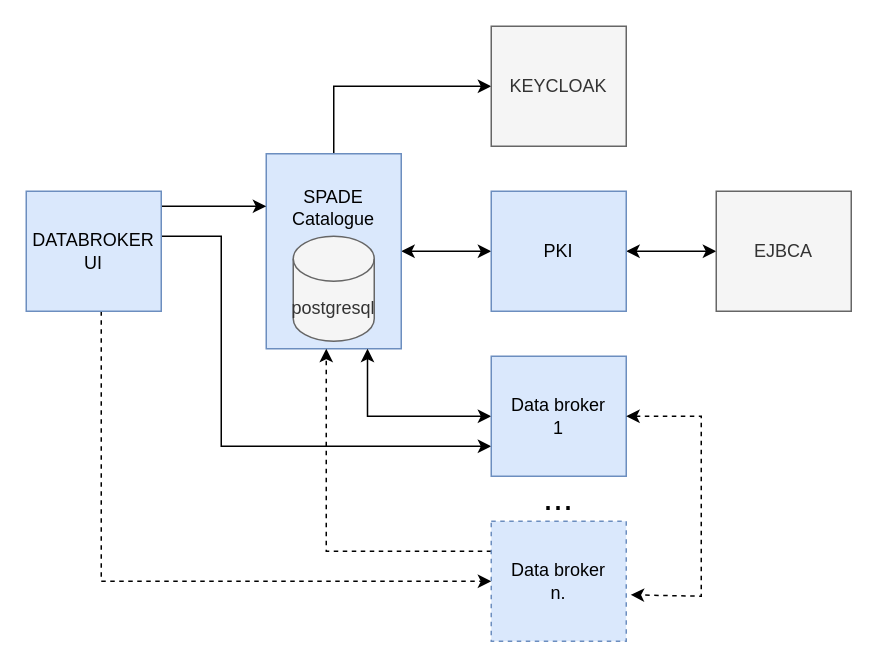
Above: images/spade_cloud.drawio in bAvenir/spade-cloud (draw.io), before the change. Source tidied: cells renumbered, new cells numbered last; positions are measured from the earlier drawing's top-left corner, leaving out a move shared by most shapes. Both pictures are drawn from the tidied source at 150%, with x=0, y=0 at pixel (26, 26).
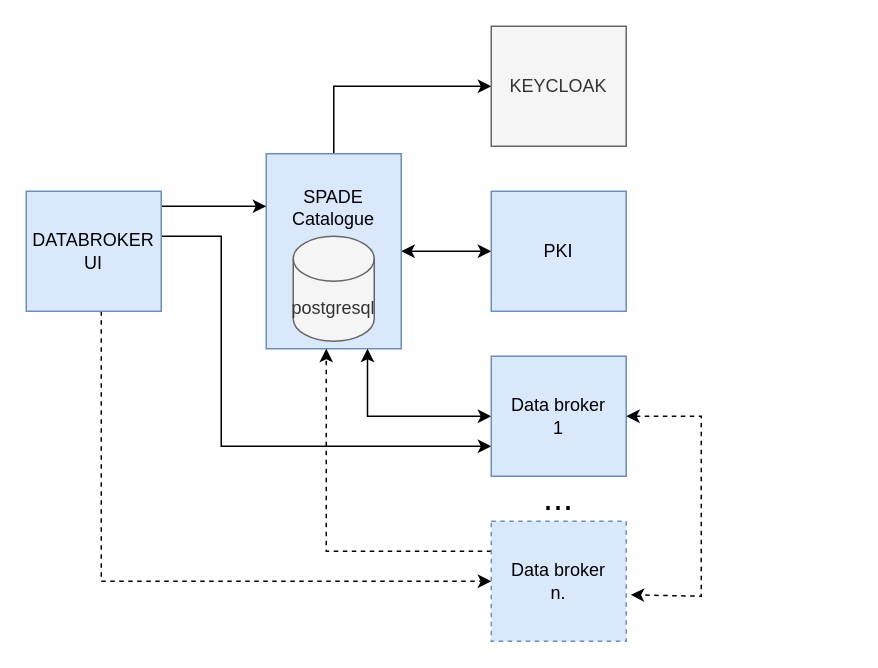
After the change.

Commit message (it also covers changes not shown here):
Update: - change from EJBCA to custom PKI

The change refers to these unchanged cells:
```xml
<mxCell id="6" value="PKI" style="rounded=0;whiteSpace=wrap;html=1;fillColor=#dae8fc;strokeColor=#6c8ebf;" parent="1" vertex="1">
  <mxGeometry x="310" y="110" width="90" height="80" as="geometry" />
</mxCell>
```

Change to the diagram source:
```diff
@@
-    <mxCell id="5" style="edgeStyle=orthogonalEdgeStyle;rounded=0;jettySize=auto;html=1;startArrow=classic;startFill=1;" parent="1" edge="1" source="6" target="7">
-      <mxGeometry relative="1" as="geometry" />
-    </mxCell>
@@
-    <mxCell id="7" value="EJBCA" style="rounded=0;whiteSpace=wrap;html=1;fillColor=#f5f5f5;fontColor=#333333;strokeColor=#666666;" parent="1" vertex="1">
-      <mxGeometry x="460" y="110" width="90" height="80" as="geometry" />
-    </mxCell>
```
